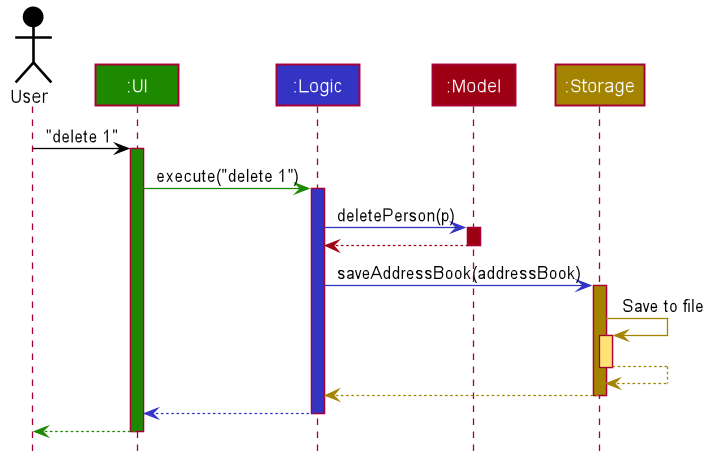
Above: docs/images/ArchitectureSequenceDiagram.png in nus-cs2103-AY2223S1/tp (PlantUML), before the change.
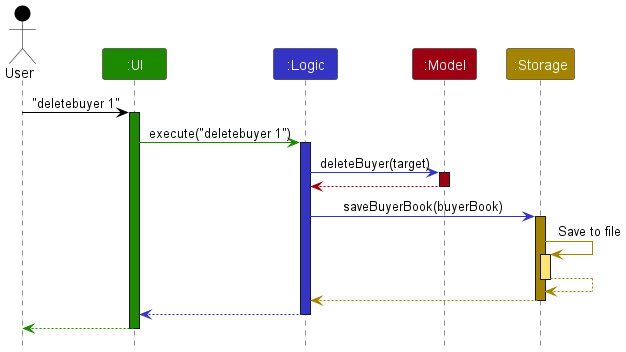
After the change.

Commit message:
Update Architecture sequence diagram

The edit, as a diff of the source:
```diff
@@ -1,85 +1,38 @@
 @startuml
+!include style.puml
 
+Actor User as user USER_COLOR
+Participant ":UI" as ui UI_COLOR
+Participant ":Logic" as logic LOGIC_COLOR
+Participant ":Model" as model MODEL_COLOR
+Participant ":Storage" as storage STORAGE_COLOR
 
+user -[USER_COLOR]> ui : "deletebuyer 1"
+activate ui UI_COLOR
 
+ui -[UI_COLOR]> logic : execute("deletebuyer 1")
+activate logic LOGIC_COLOR
 
+logic -[LOGIC_COLOR]> model : deleteBuyer(target)
+activate model MODEL_COLOR
 
-
-
-
-skinparam BackgroundColor #FFFFFFF
-
-skinparam Shadowing false
-
-skinparam Class {
-    FontColor #FFFFFF
-    BorderThickness 1
-    BorderColor #FFFFFF
-    StereotypeFontColor #FFFFFF
-    FontName Arial
-}
-
-skinparam Actor {
-    BorderColor #000000
-    Color #000000
-    FontName Arial
-}
-
-skinparam Sequence {
-    MessageAlign center
-    BoxFontSize 15
-    BoxPadding 0
-    BoxFontColor #FFFFFF
-    FontName Arial
-}
-
-skinparam Participant {
-    FontColor #FFFFFFF
-    Padding 20
-}
-
-skinparam MinClassWidth 50
-skinparam ParticipantPadding 10
-skinparam Shadowing false
-skinparam DefaultTextAlignment center
-skinparam packageStyle Rectangle
-
-hide footbox
-hide members
-hide circle
-
-Actor User as user #000000
-Participant ":UI" as ui #1D8900
-Participant ":Logic" as logic #3333C4
-Participant ":Model" as model #9D0012
-Participant ":Storage" as storage #A38300
-
-user -[#000000]> ui : "delete 1"
-activate ui #1D8900
-
-ui -[#1D8900]> logic : execute("delete 1")
-activate logic #3333C4
-
-logic -[#3333C4]> model : deletePerson(p)
-activate model #9D0012
-
-model -[#9D0012]-> logic
+model -[MODEL_COLOR]-> logic
 deactivate model
 
-logic -[#3333C4]> storage : saveAddressBook(addressBook)
-activate storage #A38300
+logic -[LOGIC_COLOR]> storage : saveBuyerBook(buyerBook)
+activate storage STORAGE_COLOR
 
-storage -[#A38300]> storage : Save to file
-activate storage #FFE374
-storage --[#A38300]> storage
+storage -[STORAGE_COLOR]> storage : Save to file
+activate storage STORAGE_COLOR_T1
+storage --[STORAGE_COLOR]> storage
 deactivate storage
 
-storage --[#A38300]> logic
+storage --[STORAGE_COLOR]> logic
 deactivate storage
 
-logic --[#3333C4]> ui
+logic --[LOGIC_COLOR]> ui
 deactivate logic
 
-ui--[#1D8900]> user
+ui--[UI_COLOR]> user
 deactivate ui
 @enduml
```
